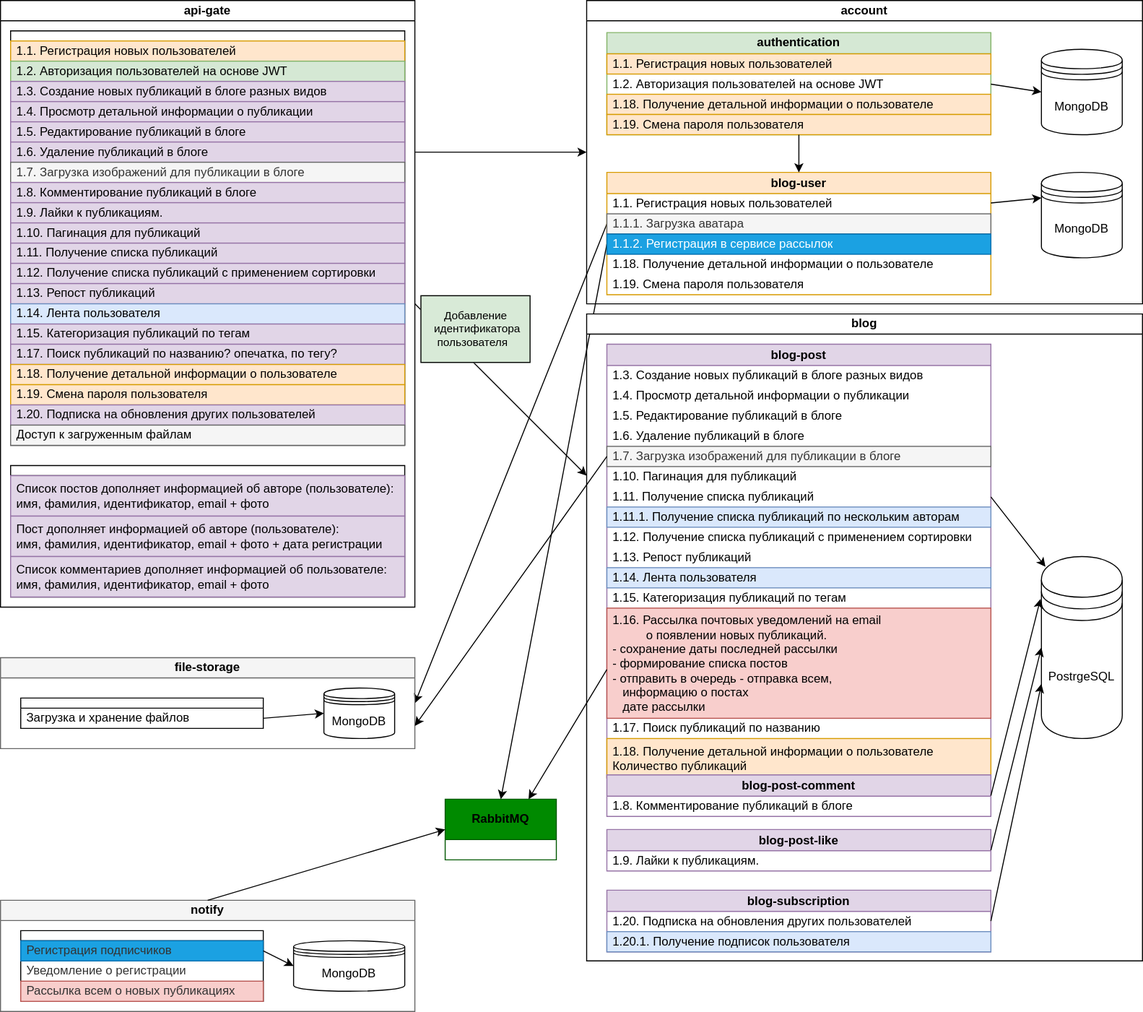
The draw.io diagram specification.svg in htmlacademy-nestjs/2486639-readme-8, before a commit. Source tidied: cells renumbered, new cells last; positions are measured from the earlier drawing's top-left corner, leaving out a move shared by most shapes.
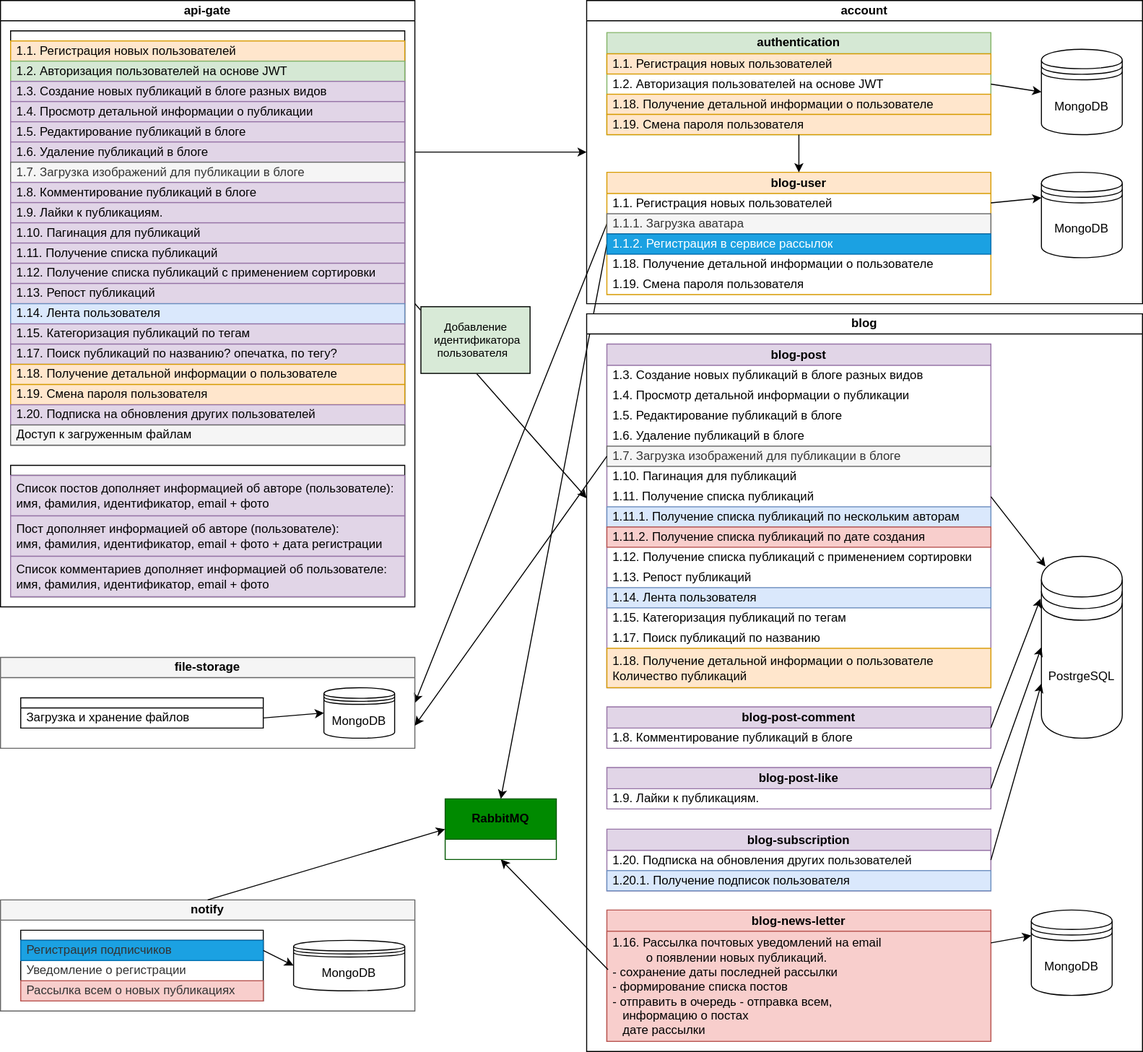
The same file after the commit.

Commit message:
скорректировал схему

Change to the diagram source:
```diff
@@ -141,10 +141,10 @@
       <mxGeometry relative="1" as="geometry" />
     </mxCell>
     <mxCell id="48" value="blog" style="swimlane;whiteSpace=wrap;html=1;align=center;fontSize=12;startSize=20;" parent="1" vertex="1">
-      <mxGeometry x="580" y="310" width="550" height="640" as="geometry" />
+      <mxGeometry x="580" y="310" width="550" height="730" as="geometry" />
     </mxCell>
     <mxCell id="49" value="&lt;span style=&quot;font-weight: 700;&quot;&gt;blog-post&lt;/span&gt;" style="swimlane;fontStyle=0;horizontal=1;startSize=21;whiteSpace=wrap;html=1;fillColor=#e1d5e7;strokeColor=#9673a6;" parent="48" vertex="1">
-      <mxGeometry x="20" y="30" width="380" height="429" as="geometry" />
+      <mxGeometry x="20" y="30" width="380" height="340" as="geometry" />
     </mxCell>
     <mxCell id="50" value="&lt;span style=&quot;text-wrap-mode: nowrap;&quot;&gt;1.3. Создание новых публикаций в блоге разных видов&lt;/span&gt;" style="text;align=left;verticalAlign=middle;spacingLeft=4;spacingRight=4;overflow=hidden;whiteSpace=wrap;html=1;" parent="49" vertex="1">
       <mxGeometry y="21" width="380" height="20" as="geometry" />
@@ -170,26 +170,26 @@
     <mxCell id="57" value="&lt;span style=&quot;text-wrap-mode: nowrap;&quot;&gt;1.11.1. Получение списка публикаций по нескольким авторам&lt;/span&gt;" style="text;align=left;verticalAlign=middle;spacingLeft=4;spacingRight=4;overflow=hidden;whiteSpace=wrap;html=1;fillColor=#dae8fc;strokeColor=#6c8ebf;" parent="49" vertex="1">
       <mxGeometry y="161" width="380" height="20" as="geometry" />
     </mxCell>
+    <mxCell id="95" value="&lt;span style=&quot;text-wrap-mode: nowrap;&quot;&gt;1.11.2. Получение списка публикаций по дате создания&lt;/span&gt;" style="text;align=left;verticalAlign=middle;spacingLeft=4;spacingRight=4;overflow=hidden;whiteSpace=wrap;html=1;fillColor=#f8cecc;strokeColor=#b85450;" parent="49" vertex="1">
+      <mxGeometry y="181" width="380" height="20" as="geometry" />
+    </mxCell>
     <mxCell id="58" value="&lt;span style=&quot;text-wrap-mode: nowrap;&quot;&gt;1.12. Получение списка публикаций с применением сортировки&lt;/span&gt;" style="text;align=left;verticalAlign=middle;spacingLeft=4;spacingRight=4;overflow=hidden;whiteSpace=wrap;html=1;" parent="49" vertex="1">
-      <mxGeometry y="181" width="380" height="20" as="geometry" />
+      <mxGeometry y="201" width="380" height="20" as="geometry" />
     </mxCell>
     <mxCell id="59" value="&lt;span style=&quot;text-wrap-mode: nowrap;&quot;&gt;1.13. Репост публикаций&lt;/span&gt;" style="text;align=left;verticalAlign=middle;spacingLeft=4;spacingRight=4;overflow=hidden;whiteSpace=wrap;html=1;" parent="49" vertex="1">
-      <mxGeometry y="201" width="380" height="20" as="geometry" />
+      <mxGeometry y="221" width="380" height="20" as="geometry" />
     </mxCell>
     <mxCell id="60" value="&lt;span style=&quot;text-wrap-mode: nowrap;&quot;&gt;1.14. Лента пользователя&lt;/span&gt;" style="text;align=left;verticalAlign=middle;spacingLeft=4;spacingRight=4;overflow=hidden;whiteSpace=wrap;html=1;fillColor=#dae8fc;strokeColor=#6c8ebf;" parent="49" vertex="1">
-      <mxGeometry y="221" width="380" height="20" as="geometry" />
+      <mxGeometry y="241" width="380" height="20" as="geometry" />
     </mxCell>
     <mxCell id="61" value="&lt;span style=&quot;text-wrap-mode: nowrap;&quot;&gt;1.15. Категоризация публикаций по тегам&lt;/span&gt;" style="text;align=left;verticalAlign=middle;spacingLeft=4;spacingRight=4;overflow=hidden;whiteSpace=wrap;html=1;" parent="49" vertex="1">
-      <mxGeometry y="241" width="380" height="20" as="geometry" />
+      <mxGeometry y="261" width="380" height="20" as="geometry" />
     </mxCell>
-    <mxCell id="62" value="&lt;span style=&quot;text-align: center; text-wrap-mode: nowrap;&quot;&gt;1.16. Рассылка почтовых уведомлений на email&lt;/span&gt;&lt;div&gt;&lt;span style=&quot;text-align: center; text-wrap-mode: nowrap;&quot;&gt;&amp;nbsp; &amp;nbsp; &amp;nbsp; &amp;nbsp; &amp;nbsp; о появлении новых публикаций.&lt;/span&gt;&lt;/div&gt;&lt;div&gt;&lt;span style=&quot;text-align: center; text-wrap-mode: nowrap;&quot;&gt;- сохранение даты последней рассылки&lt;/span&gt;&lt;/div&gt;&lt;div&gt;&lt;span style=&quot;text-align: center; text-wrap-mode: nowrap;&quot;&gt;- формирование списка постов&lt;/span&gt;&lt;/div&gt;&lt;div&gt;&lt;span style=&quot;text-align: center; text-wrap-mode: nowrap;&quot;&gt;- отправить в очередь - отправка всем,&amp;nbsp;&lt;/span&gt;&lt;/div&gt;&lt;div&gt;&lt;span style=&quot;text-align: center; text-wrap-mode: nowrap;&quot;&gt;&amp;nbsp; &amp;nbsp;информацию о постах&amp;nbsp;&lt;/span&gt;&lt;/div&gt;&lt;div&gt;&lt;span style=&quot;text-align: center; text-wrap-mode: nowrap;&quot;&gt;&amp;nbsp; &amp;nbsp;дате рассылки&lt;/span&gt;&lt;/div&gt;" style="text;align=left;verticalAlign=middle;spacingLeft=4;spacingRight=4;overflow=hidden;points=[[0,0.5],[1,0.5]];portConstraint=eastwest;whiteSpace=wrap;html=1;fillColor=#f8cecc;strokeColor=#b85450;" parent="49" vertex="1">
-      <mxGeometry y="261" width="380" height="109" as="geometry" />
-    </mxCell>
     <mxCell id="63" value="&lt;span style=&quot;text-wrap-mode: nowrap;&quot;&gt;1.17. Поиск публикаций по названию&lt;/span&gt;" style="text;align=left;verticalAlign=middle;spacingLeft=4;spacingRight=4;overflow=hidden;whiteSpace=wrap;html=1;" parent="49" vertex="1">
-      <mxGeometry y="370" width="380" height="20" as="geometry" />
+      <mxGeometry y="281" width="380" height="20" as="geometry" />
     </mxCell>
     <mxCell id="64" value="&lt;span style=&quot;text-align: center; text-wrap-mode: nowrap;&quot;&gt;1.18. Получение детальной информации о пользователе&lt;/span&gt;&lt;div&gt;&lt;span style=&quot;text-align: center; text-wrap-mode: nowrap;&quot;&gt;Количество публикаций&lt;/span&gt;&lt;/div&gt;" style="text;strokeColor=#d79b00;fillColor=#ffe6cc;align=left;verticalAlign=middle;spacingLeft=4;spacingRight=4;overflow=hidden;whiteSpace=wrap;html=1;" parent="49" vertex="1">
-      <mxGeometry y="390" width="380" height="39" as="geometry" />
+      <mxGeometry y="301" width="380" height="39" as="geometry" />
     </mxCell>
     <mxCell id="65" style="endArrow=classic;html=1;rounded=0;exitX=1;exitY=0.5;exitDx=0;exitDy=0;entryX=0.05;entryY=0.056;entryDx=0;entryDy=0;entryPerimeter=0;" parent="48" edge="1" source="56" target="66">
       <mxGeometry relative="1" as="geometry" />
@@ -198,19 +198,19 @@
       <mxGeometry x="450" y="240" width="80" height="180" as="geometry" />
     </mxCell>
     <mxCell id="67" value="&lt;span style=&quot;font-weight: 700;&quot;&gt;blog-post-comment&lt;/span&gt;" style="swimlane;fontStyle=0;horizontal=1;startSize=21;whiteSpace=wrap;html=1;fillColor=#e1d5e7;strokeColor=#9673a6;" parent="48" vertex="1">
-      <mxGeometry x="20" y="456" width="380" height="41" as="geometry" />
+      <mxGeometry x="20" y="389" width="380" height="41" as="geometry" />
     </mxCell>
     <mxCell id="68" value="&lt;span style=&quot;text-wrap-mode: nowrap;&quot;&gt;1.8. Комментирование публикаций в блоге&lt;/span&gt;" style="text;align=left;verticalAlign=middle;spacingLeft=4;spacingRight=4;overflow=hidden;whiteSpace=wrap;html=1;" parent="67" vertex="1">
       <mxGeometry y="21" width="380" height="20" as="geometry" />
     </mxCell>
     <mxCell id="69" value="&lt;span style=&quot;font-weight: 700;&quot;&gt;blog-post-like&lt;/span&gt;" style="swimlane;fontStyle=0;horizontal=1;startSize=21;whiteSpace=wrap;html=1;fillColor=#e1d5e7;strokeColor=#9673a6;" parent="48" vertex="1">
-      <mxGeometry x="20" y="510" width="380" height="41" as="geometry" />
+      <mxGeometry x="20" y="449" width="380" height="41" as="geometry" />
     </mxCell>
     <mxCell id="70" value="&lt;span style=&quot;text-wrap-mode: nowrap;&quot;&gt;1.9. Лайки к публикациям.&lt;/span&gt;" style="text;align=left;verticalAlign=middle;spacingLeft=4;spacingRight=4;overflow=hidden;whiteSpace=wrap;html=1;" parent="69" vertex="1">
       <mxGeometry y="21" width="380" height="20" as="geometry" />
     </mxCell>
     <mxCell id="71" value="&lt;span style=&quot;font-weight: 700;&quot;&gt;blog-subscription&lt;/span&gt;" style="swimlane;fontStyle=0;horizontal=1;startSize=21;whiteSpace=wrap;html=1;fillColor=#e1d5e7;strokeColor=#9673a6;" parent="48" vertex="1">
-      <mxGeometry x="20" y="570" width="380" height="61" as="geometry" />
+      <mxGeometry x="20" y="510" width="380" height="61" as="geometry" />
     </mxCell>
     <mxCell id="72" value="&lt;span style=&quot;text-wrap-mode: nowrap;&quot;&gt;1.20. Подписка на обновления других пользователей&lt;/span&gt;" style="text;align=left;verticalAlign=middle;spacingLeft=4;spacingRight=4;overflow=hidden;whiteSpace=wrap;html=1;" parent="71" vertex="1">
       <mxGeometry y="21" width="380" height="20" as="geometry" />
@@ -227,6 +227,18 @@
     <mxCell id="76" style="endArrow=classic;html=1;rounded=0;exitX=1;exitY=0.5;exitDx=0;exitDy=0;entryX=-0.012;entryY=0.233;entryDx=0;entryDy=0;entryPerimeter=0;" parent="48" edge="1" source="67" target="66">
       <mxGeometry relative="1" as="geometry" />
     </mxCell>
+    <mxCell id="96" value="&lt;span style=&quot;font-weight: 700;&quot;&gt;blog-news-letter&lt;/span&gt;" style="swimlane;fontStyle=0;horizontal=1;startSize=21;whiteSpace=wrap;html=1;fillColor=#f8cecc;strokeColor=#b85450;" parent="48" vertex="1">
+      <mxGeometry x="20" y="590" width="380" height="130" as="geometry" />
+    </mxCell>
+    <mxCell id="62" value="&lt;span style=&quot;text-align: center; text-wrap-mode: nowrap;&quot;&gt;1.16. Рассылка почтовых уведомлений на email&lt;/span&gt;&lt;div&gt;&lt;span style=&quot;text-align: center; text-wrap-mode: nowrap;&quot;&gt;&amp;nbsp; &amp;nbsp; &amp;nbsp; &amp;nbsp; &amp;nbsp; о появлении новых публикаций.&lt;/span&gt;&lt;/div&gt;&lt;div&gt;&lt;span style=&quot;text-align: center; text-wrap-mode: nowrap;&quot;&gt;- сохранение даты последней рассылки&lt;/span&gt;&lt;/div&gt;&lt;div&gt;&lt;span style=&quot;text-align: center; text-wrap-mode: nowrap;&quot;&gt;- формирование списка постов&lt;/span&gt;&lt;/div&gt;&lt;div&gt;&lt;span style=&quot;text-align: center; text-wrap-mode: nowrap;&quot;&gt;- отправить в очередь - отправка всем,&amp;nbsp;&lt;/span&gt;&lt;/div&gt;&lt;div&gt;&lt;span style=&quot;text-align: center; text-wrap-mode: nowrap;&quot;&gt;&amp;nbsp; &amp;nbsp;информацию о постах&amp;nbsp;&lt;/span&gt;&lt;/div&gt;&lt;div&gt;&lt;span style=&quot;text-align: center; text-wrap-mode: nowrap;&quot;&gt;&amp;nbsp; &amp;nbsp;дате рассылки&lt;/span&gt;&lt;/div&gt;" style="text;align=left;verticalAlign=middle;spacingLeft=4;spacingRight=4;overflow=hidden;points=[[0,0.5],[1,0.5]];portConstraint=eastwest;whiteSpace=wrap;html=1;fillColor=#f8cecc;strokeColor=#b85450;" parent="96" vertex="1">
+      <mxGeometry y="21" width="380" height="109" as="geometry" />
+    </mxCell>
+    <mxCell id="97" value="MongoDB" style="shape=datastore;whiteSpace=wrap;html=1;fontSize=12;" parent="48" vertex="1">
+      <mxGeometry x="440" y="590" width="80" height="84.5" as="geometry" />
+    </mxCell>
+    <mxCell id="98" style="endArrow=classic;html=1;rounded=0;entryX=0;entryY=0.3;entryDx=0;entryDy=0;exitX=1;exitY=0.25;exitDx=0;exitDy=0;" parent="48" edge="1" source="96" target="97">
+      <mxGeometry relative="1" as="geometry" />
+    </mxCell>
     <mxCell id="77" style="endArrow=classic;html=1;rounded=0;entryX=0;entryY=0.25;entryDx=0;entryDy=0;exitX=1;exitY=0.5;exitDx=0;exitDy=0;" parent="1" edge="1" source="21" target="48">
       <mxGeometry relative="1" as="geometry" />
     </mxCell>
@@ -271,7 +283,7 @@
     <mxCell id="90" style="endArrow=classic;html=1;rounded=0;entryX=0;entryY=0.5;entryDx=0;entryDy=0;exitX=1;exitY=0.5;exitDx=0;exitDy=0;exitPerimeter=0;" parent="84" edge="1" source="86" target="89">
       <mxGeometry relative="1" as="geometry" />
     </mxCell>
-    <mxCell id="91" style="endArrow=classic;html=1;rounded=0;exitX=0;exitY=0.75;exitDx=0;exitDy=0;entryX=0.75;entryY=0;entryDx=0;entryDy=0;" parent="1" edge="1" source="49" target="93">
+    <mxCell id="91" style="endArrow=classic;html=1;rounded=0;exitX=0.003;exitY=0.349;exitDx=0;exitDy=0;entryX=0.5;entryY=1;entryDx=0;entryDy=0;exitPerimeter=0;" parent="1" edge="1" source="62" target="93">
       <mxGeometry relative="1" as="geometry" />
     </mxCell>
     <mxCell id="92" style="endArrow=classic;html=1;rounded=0;entryX=1;entryY=0.75;entryDx=0;entryDy=0;exitX=0;exitY=0.5;exitDx=0;exitDy=0;" parent="1" edge="1" source="54" target="79">
```
